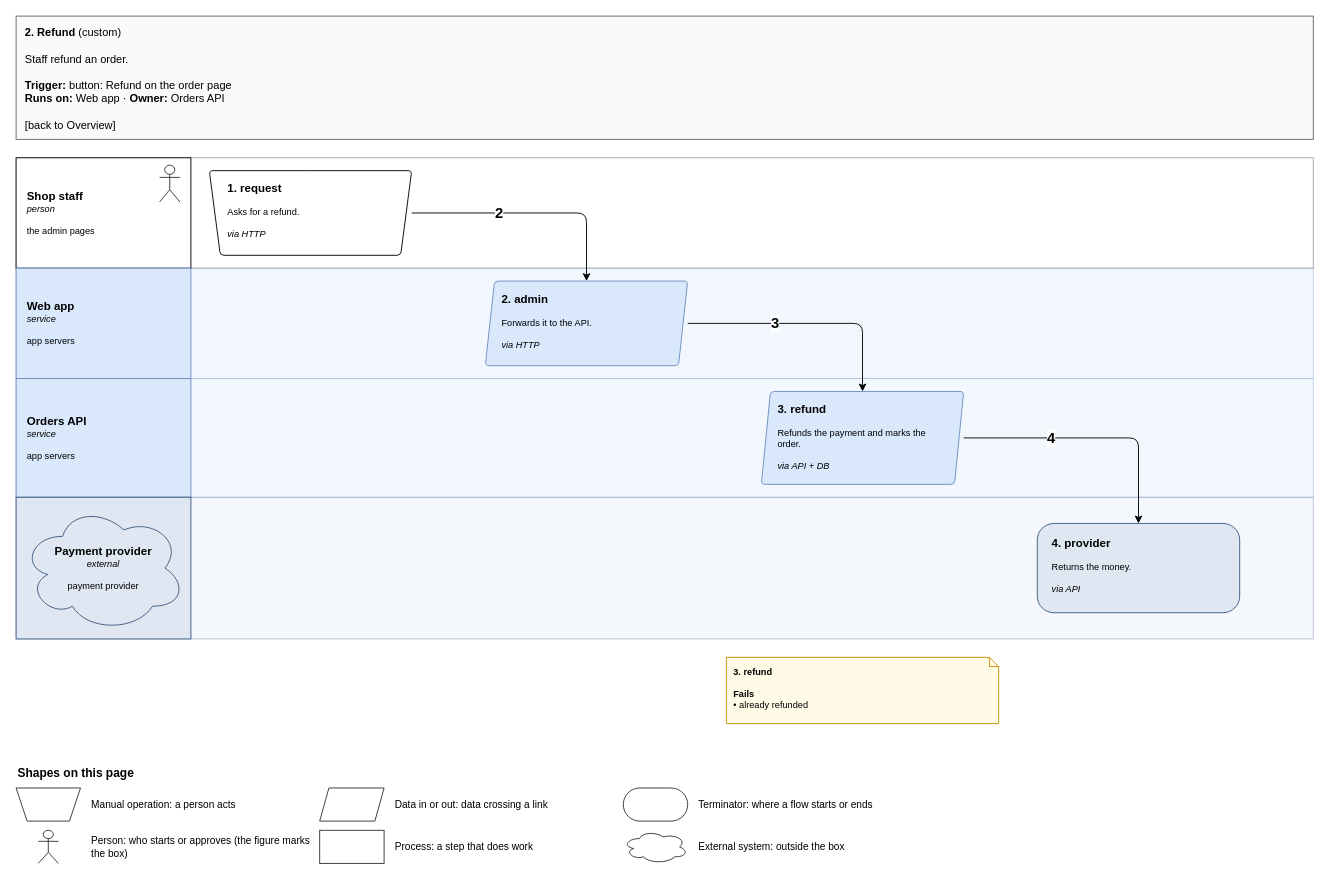
Earlier version of the draw.io diagram page "2. Refund" (4 of 7) of specialists/platform/skill-drawio/examples/shop/drawio/flows.drawio (amalikn/skills_stuff). Source tidied: cells renumbered, new cells numbered last; positions are measured from the earlier drawing's top-left corner, leaving out a move shared by most shapes. Both pictures are drawn from the tidied source at 92%, with x=0, y=0 at pixel (16, 16).
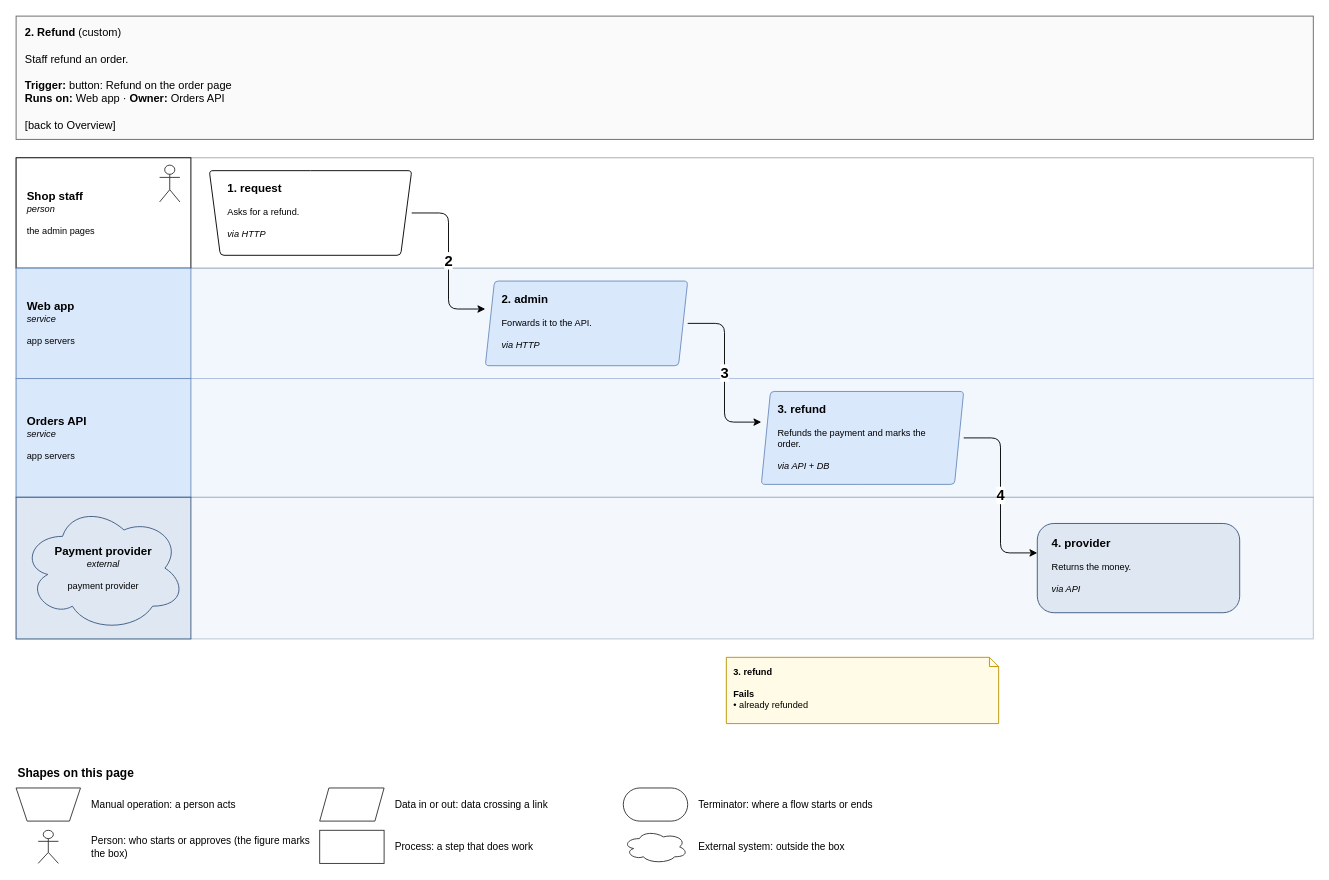
The same diagram, later.

The change refers to these unchanged cells:
```xml
<mxCell id="13" value="&lt;span style=&quot;font-size:125%&quot;&gt;&lt;b&gt;1. request&lt;/b&gt;&lt;/span&gt;&lt;br&gt; &lt;br&gt;Asks for a refund.&lt;br&gt; &lt;br&gt;&lt;i&gt;via HTTP&lt;/i&gt;" style="rounded=1;whiteSpace=wrap;html=1;fillColor=#ffffff;strokeColor=#000000;fontSize=11;arcSize=8;fontSize=10;align=left;verticalAlign=top;spacingLeft=8;spacingRight=6;spacingTop=6;shape=trapezoid;perimeter=trapezoidPerimeter;flipV=1;fixedSize=1;size=12;spacingLeft=18;spacingRight=18;" parent="1" vertex="1">
  <mxGeometry x="210" y="168" width="220" height="92" as="geometry" />
</mxCell>
<mxCell id="14" value="&lt;span style=&quot;font-size:125%&quot;&gt;&lt;b&gt;2. admin&lt;/b&gt;&lt;/span&gt;&lt;br&gt; &lt;br&gt;Forwards it to the API.&lt;br&gt; &lt;br&gt;&lt;i&gt;via HTTP&lt;/i&gt;" style="rounded=1;whiteSpace=wrap;html=1;fillColor=#dae8fc;strokeColor=#6c8ebf;fontSize=11;arcSize=8;fontSize=10;align=left;verticalAlign=top;spacingLeft=8;spacingRight=6;spacingTop=6;shape=parallelogram;perimeter=parallelogramPerimeter;fixedSize=1;size=10;spacingLeft=16;spacingRight=16;" parent="1" vertex="1">
  <mxGeometry x="510" y="288" width="220" height="92" as="geometry" />
</mxCell>
<mxCell id="15" value="&lt;span style=&quot;font-size:125%&quot;&gt;&lt;b&gt;3. refund&lt;/b&gt;&lt;/span&gt;&lt;br&gt; &lt;br&gt;Refunds the payment and marks the order.&lt;br&gt; &lt;br&gt;&lt;i&gt;via API + DB&lt;/i&gt;" style="rounded=1;whiteSpace=wrap;html=1;fillColor=#dae8fc;strokeColor=#6c8ebf;fontSize=11;arcSize=8;fontSize=10;align=left;verticalAlign=top;spacingLeft=8;spacingRight=6;spacingTop=6;shape=parallelogram;perimeter=parallelogramPerimeter;fixedSize=1;size=10;spacingLeft=16;spacingRight=16;" parent="1" vertex="1">
  <mxGeometry x="810" y="408" width="220" height="101" as="geometry" />
</mxCell>
<mxCell id="17" value="&lt;span style=&quot;font-size:125%&quot;&gt;&lt;b&gt;4. provider&lt;/b&gt;&lt;/span&gt;&lt;br&gt; &lt;br&gt;Returns the money.&lt;br&gt; &lt;br&gt;&lt;i&gt;via API&lt;/i&gt;" style="rounded=1;whiteSpace=wrap;html=1;fillColor=#dfe7f3;strokeColor=#3d5a80;fontSize=11;arcSize=8;fontSize=10;align=left;verticalAlign=top;spacingLeft=8;spacingRight=6;spacingTop=6;rounded=1;absoluteArcSize=1;arcSize=36;spacingLeft=14;spacingRight=12;spacingTop=8;" parent="1" vertex="1">
  <mxGeometry x="1110" y="551.5" width="220" height="97" as="geometry" />
</mxCell>
```

The edit, as a diff of the source:
```diff
@@
-    <mxCell id="31" style="edgeStyle=none;rounded=1;html=1;endArrow=classic;endFill=1;jumpStyle=arc;jumpSize=6;strokeColor=#000000;exitX=1;exitY=0.5;entryX=0.5;entryY=0;exitPerimeter=0;entryPerimeter=0;" parent="1" edge="1" source="13" target="14">
+    <mxCell id="31" style="edgeStyle=none;rounded=1;html=1;endArrow=classic;endFill=1;jumpStyle=arc;jumpSize=6;strokeColor=#000000;exitX=1;exitY=0.5;entryX=0;entryY=0.3304;exitPerimeter=0;entryPerimeter=0;" parent="1" edge="1" source="13" target="14">
       <mxGeometry relative="1" as="geometry">
         <Array as="points">
-          <mxPoint x="620" y="214" />
+          <mxPoint x="470" y="214" />
+          <mxPoint x="470" y="318.4" />
         </Array>
       </mxGeometry>
     </mxCell>
     <mxCell id="32" value="&lt;b&gt;2&lt;/b&gt;" style="text;html=1;align=center;verticalAlign=middle;fontSize=16;fontStyle=1;labelBackgroundColor=#ffffff;fontColor=#000000;" parent="1" vertex="1">
-      <mxGeometry x="511.5" y="203" width="27" height="22" as="geometry" />
+      <mxGeometry x="456.5" y="255.2" width="27" height="22" as="geometry" />
     </mxCell>
-    <mxCell id="33" style="edgeStyle=none;rounded=1;html=1;endArrow=classic;endFill=1;jumpStyle=arc;jumpSize=6;strokeColor=#000000;exitX=1;exitY=0.5;entryX=0.5;entryY=0;exitPerimeter=0;entryPerimeter=0;" parent="1" edge="1" source="14" target="15">
+    <mxCell id="33" style="edgeStyle=none;rounded=1;html=1;endArrow=classic;endFill=1;jumpStyle=arc;jumpSize=6;strokeColor=#000000;exitX=1;exitY=0.5;entryX=0;entryY=0.3297;exitPerimeter=0;entryPerimeter=0;" parent="1" edge="1" source="14" target="15">
       <mxGeometry relative="1" as="geometry">
         <Array as="points">
-          <mxPoint x="920" y="334" />
+          <mxPoint x="770" y="334" />
+          <mxPoint x="770" y="441.3" />
         </Array>
       </mxGeometry>
     </mxCell>
     <mxCell id="34" value="&lt;b&gt;3&lt;/b&gt;" style="text;html=1;align=center;verticalAlign=middle;fontSize=16;fontStyle=1;labelBackgroundColor=#ffffff;fontColor=#000000;" parent="1" vertex="1">
-      <mxGeometry x="811.5" y="323" width="27" height="22" as="geometry" />
+      <mxGeometry x="756.5" y="376.7" width="27" height="22" as="geometry" />
     </mxCell>
-    <mxCell id="35" style="edgeStyle=none;rounded=1;html=1;endArrow=classic;endFill=1;jumpStyle=arc;jumpSize=6;strokeColor=#000000;exitX=1;exitY=0.5;entryX=0.5;entryY=0;exitPerimeter=0;entryPerimeter=0;" parent="1" edge="1" source="15" target="17">
+    <mxCell id="35" style="edgeStyle=none;rounded=1;html=1;endArrow=classic;endFill=1;jumpStyle=arc;jumpSize=6;strokeColor=#000000;exitX=1;exitY=0.5;entryX=0;entryY=0.3299;exitPerimeter=0;entryPerimeter=0;" parent="1" edge="1" source="15" target="17">
       <mxGeometry relative="1" as="geometry">
         <Array as="points">
-          <mxPoint x="1220" y="458.5" />
+          <mxPoint x="1070" y="458.5" />
+          <mxPoint x="1070" y="583.5" />
         </Array>
       </mxGeometry>
     </mxCell>
     <mxCell id="36" value="&lt;b&gt;4&lt;/b&gt;" style="text;html=1;align=center;verticalAlign=middle;fontSize=16;fontStyle=1;labelBackgroundColor=#ffffff;fontColor=#000000;" parent="1" vertex="1">
-      <mxGeometry x="1111.5" y="447.5" width="27" height="22" as="geometry" />
+      <mxGeometry x="1056.5" y="510" width="27" height="22" as="geometry" />
     </mxCell>
```
